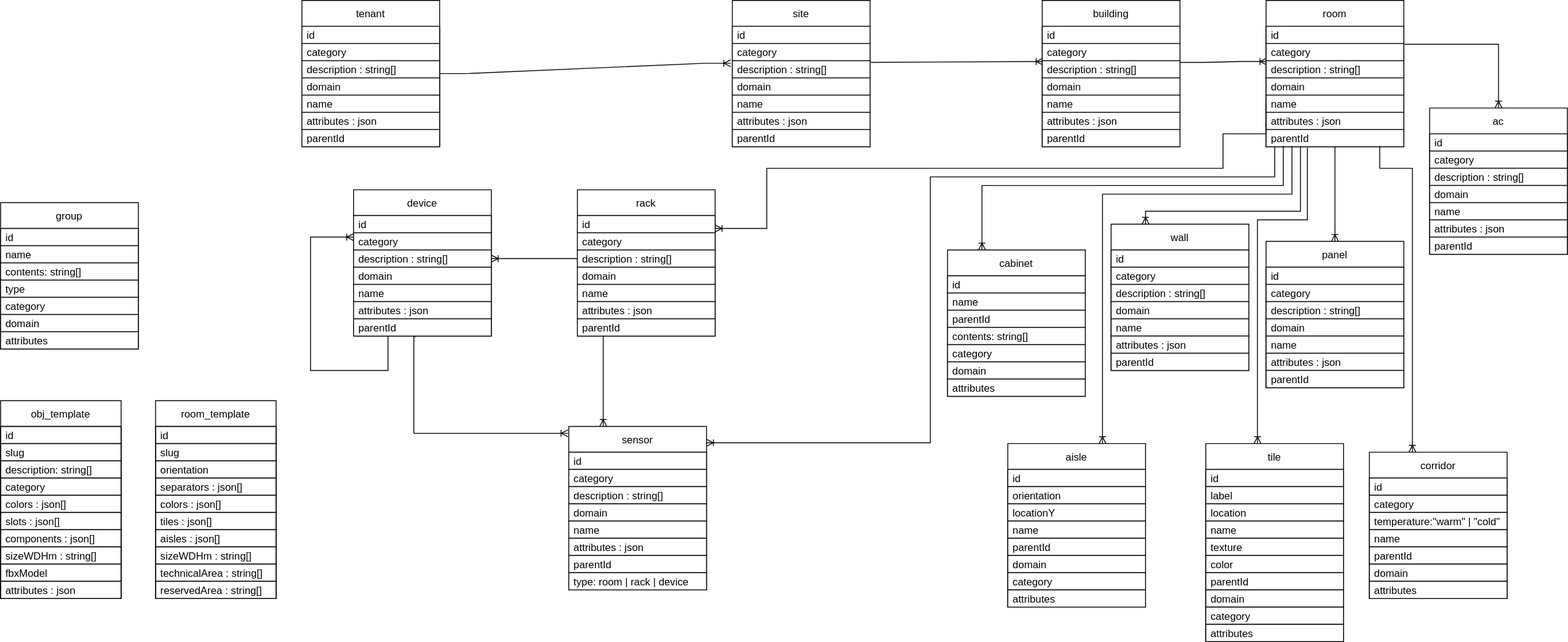
Above: resources/diagrams/DB Diagram.svg in ditrit/OGrEE-Core (draw.io), before the change. Source tidied: cells renumbered, new cells last; positions are measured from the earlier drawing's top-left corner, leaving out a move shared by most shapes.
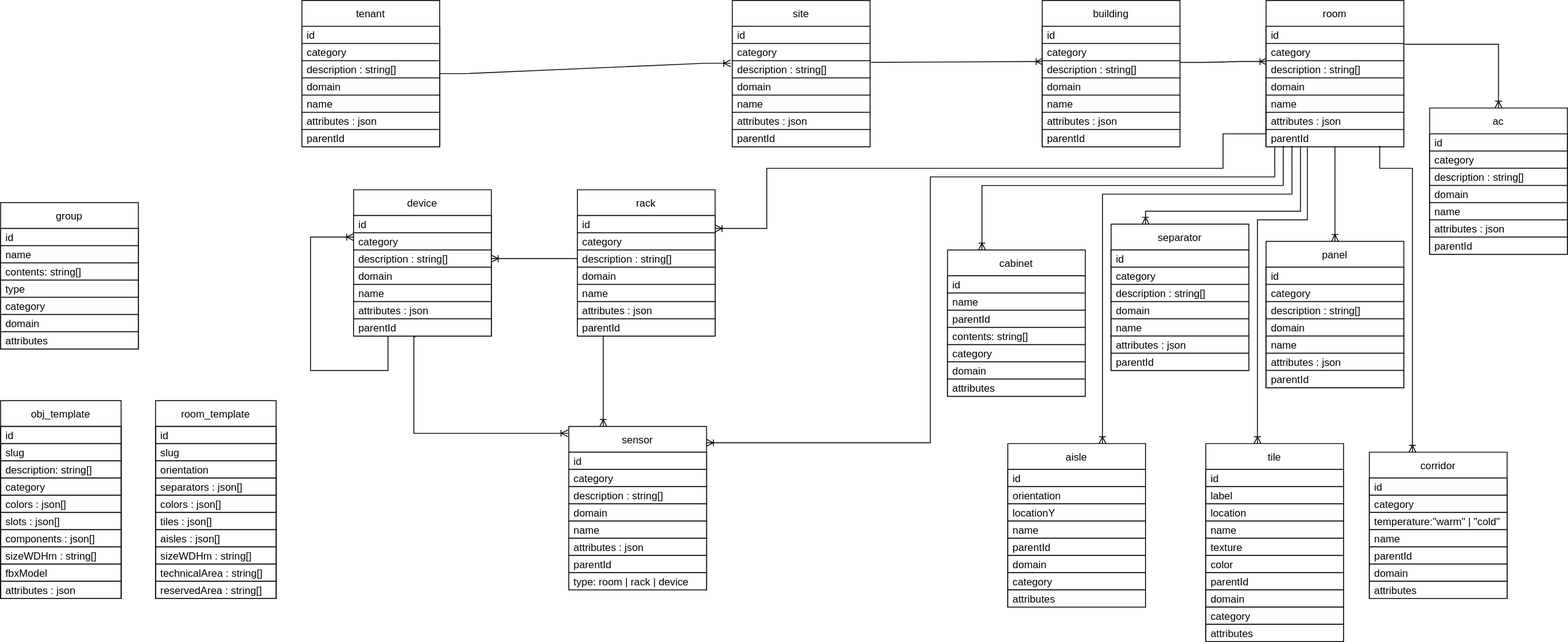
After the change.

Diff of the diagram source:
```diff
@@ -330,7 +330,7 @@
     <mxCell id="100" value="parentId" style="text;strokeColor=default;fillColor=default;align=left;verticalAlign=middle;spacingLeft=4;spacingRight=4;overflow=hidden;fontColor=default;" parent="92" vertex="1">
       <mxGeometry y="150" width="160" height="20" as="geometry" />
     </mxCell>
-    <mxCell id="101" value="wall" style="swimlane;fontStyle=0;horizontal=1;startSize=30;fillColor=default;strokeColor=default;fontColor=default;" parent="1" vertex="1">
+    <mxCell id="101" value="separator" style="swimlane;fontStyle=0;horizontal=1;startSize=30;fillColor=default;strokeColor=default;fontColor=default;" parent="1" vertex="1">
       <mxGeometry x="1290" y="260" width="160" height="170" as="geometry" />
     </mxCell>
     <mxCell id="102" value="id" style="text;strokeColor=default;fillColor=default;align=left;verticalAlign=middle;spacingLeft=4;spacingRight=4;overflow=hidden;fontColor=default;" parent="101" vertex="1">
```
